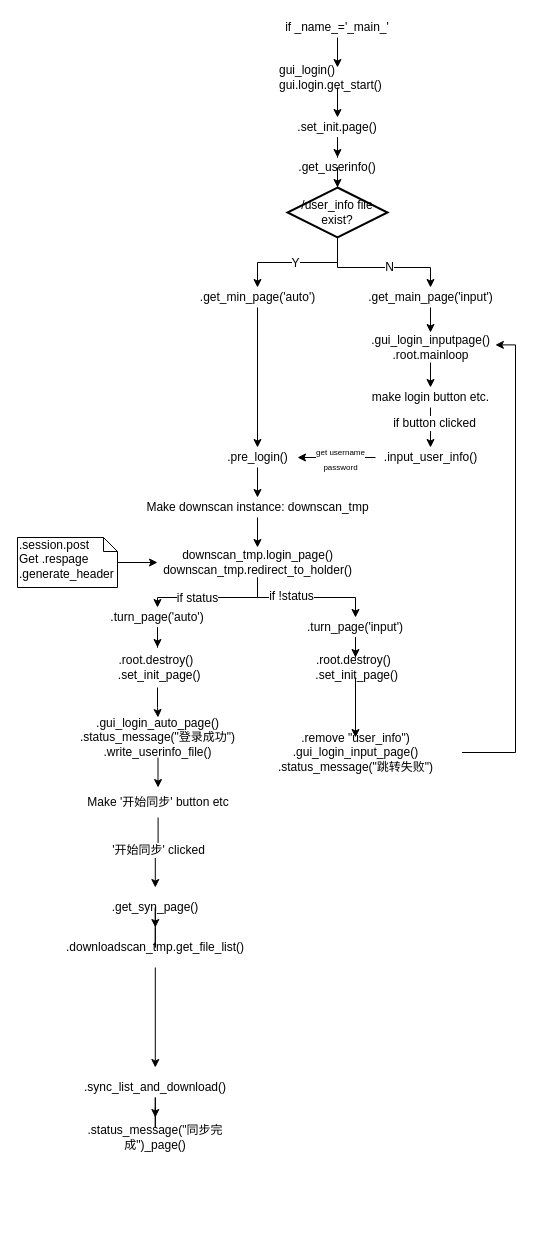
This is Untitled Diagram.drawio from 20181115/myHeloWorld, a draw.io file, before an edit. Source tidied: cells renumbered, new cells numbered last; positions are measured from the earlier drawing's top-left corner, leaving out a move shared by most shapes. Both pictures are drawn from the tidied source at 100%, with x=0, y=0 at pixel (17, 17).
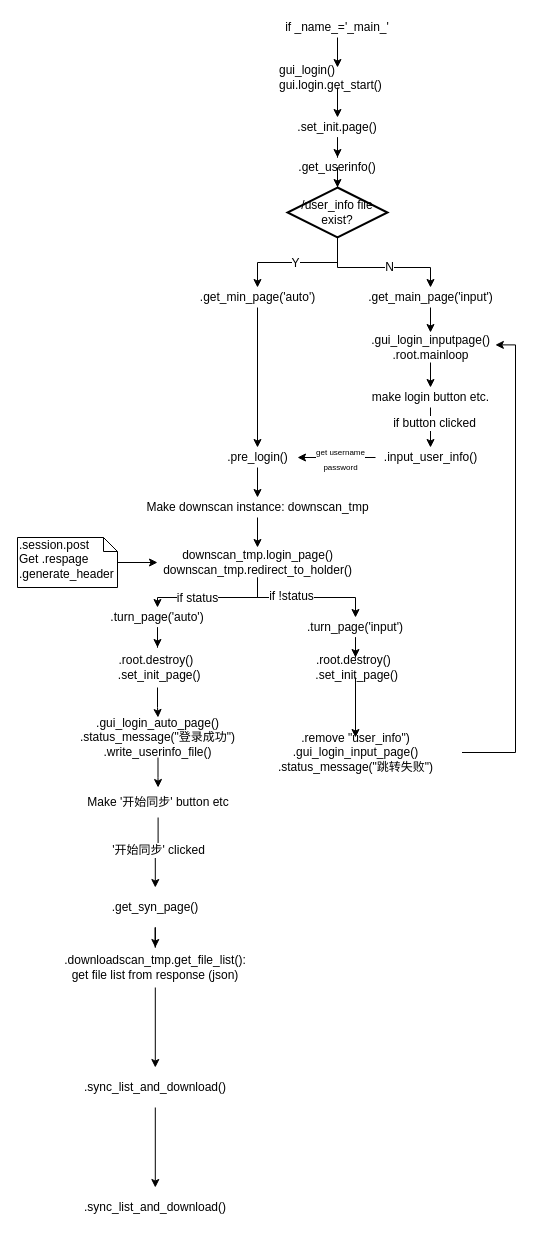
The same diagram, later.

What changed in the source:
```diff
@@
-    <mxCell id="48" value="&lt;div&gt;.downloadscan_tmp.get_file_list()&lt;/div&gt;" style="text;html=1;strokeColor=none;fillColor=none;align=center;verticalAlign=middle;whiteSpace=wrap;rounded=0;" parent="1" vertex="1">
-      <mxGeometry x="55.6" y="910" width="164.4" height="40" as="geometry" />
+    <mxCell id="48" value="&lt;div&gt;.downloadscan_tmp.get_file_list():&lt;/div&gt;&lt;div&gt;get file list from response (json)&lt;/div&gt;" style="text;html=1;strokeColor=none;fillColor=none;align=center;verticalAlign=middle;whiteSpace=wrap;rounded=0;" parent="1" vertex="1">
+      <mxGeometry x="50.6" y="930" width="174.4" height="40" as="geometry" />
     </mxCell>
@@
-    <mxCell id="51" value="&lt;span&gt;.status_message(&quot;同步完成&quot;)&lt;/span&gt;_page()" style="text;html=1;strokeColor=none;fillColor=none;align=center;verticalAlign=middle;whiteSpace=wrap;rounded=0;" parent="1" vertex="1">
-      <mxGeometry x="55.6" y="1100" width="164.4" height="40" as="geometry" />
+    <mxCell id="51" value="&lt;div&gt;.sync_list_and_download()&lt;/div&gt;" style="text;html=1;strokeColor=none;fillColor=none;align=center;verticalAlign=middle;whiteSpace=wrap;rounded=0;" parent="1" vertex="1">
+      <mxGeometry x="55.6" y="1170" width="164.4" height="40" as="geometry" />
     </mxCell>
```
